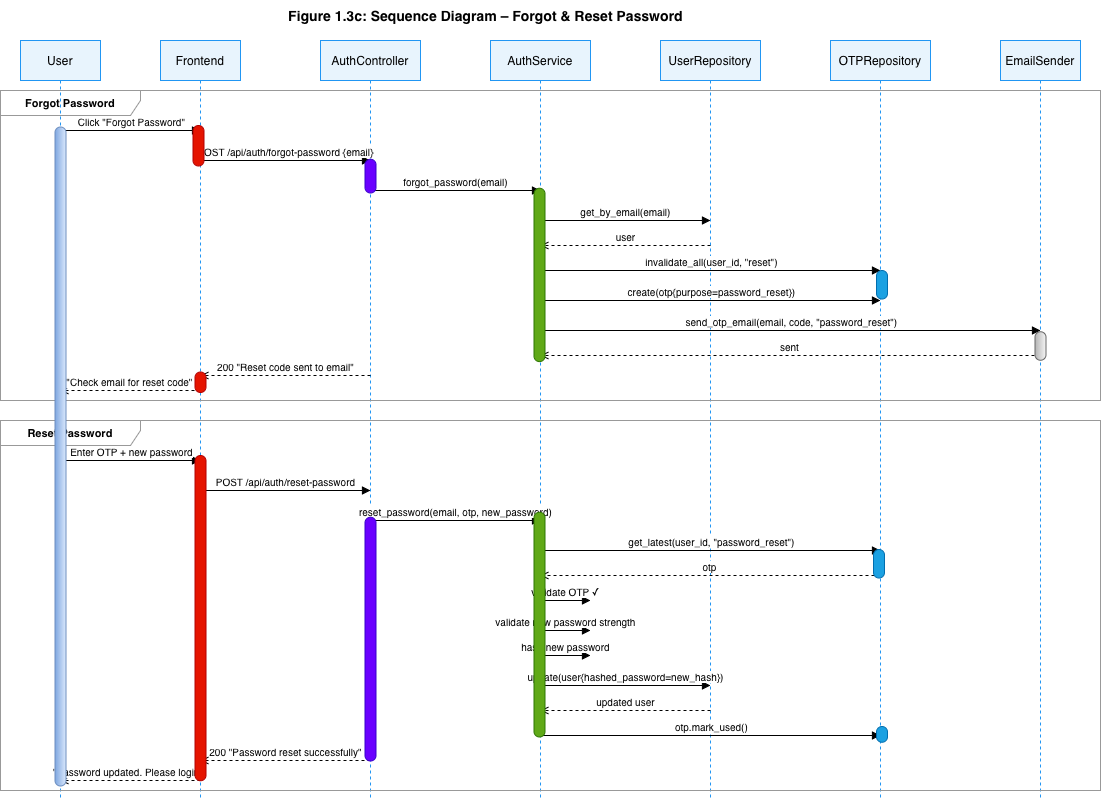
Before: diagram report images/sprint1/auth/ReserPassword.drawio.png, a diagram exported from draw.io (omarsoussi/VigileEyeReport). Source tidied: cells renumbered, new cells last; positions are measured from the earlier drawing's top-left corner, leaving out a move shared by most shapes.
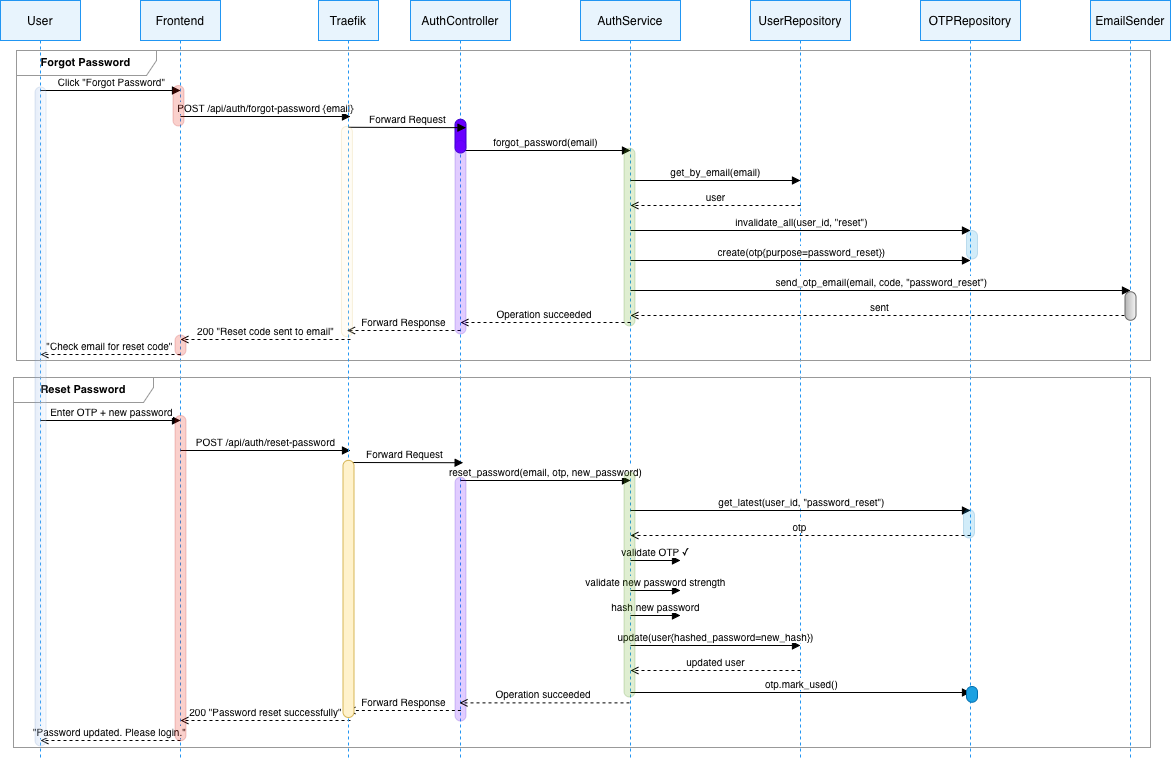
After the change.

What changed in the source:
```diff
@@ -2,14 +2,11 @@
   <root>
     <mxCell id="0" />
     <mxCell id="1" parent="0" />
-    <mxCell id="2" value="Figure 1.3c: Sequence Diagram – Forgot &amp; Reset Password" style="text;html=1;align=center;verticalAlign=middle;strokeColor=none;fillColor=none;fontSize=14;fontStyle=1;" parent="1" vertex="1">
-      <mxGeometry x="530" width="450" height="30" as="geometry" />
-    </mxCell>
     <mxCell id="3" value="User" style="shape=umlLifeline;perimeter=lifelinePerimeter;whiteSpace=wrap;html=1;size=40;fillColor=#E8F4FD;strokeColor=#2196F3;" parent="1" vertex="1">
-      <mxGeometry x="290" y="40" width="80" height="760" as="geometry" />
+      <mxGeometry x="180" y="40" width="80" height="760" as="geometry" />
     </mxCell>
     <mxCell id="4" value="Frontend" style="shape=umlLifeline;perimeter=lifelinePerimeter;whiteSpace=wrap;html=1;size=40;fillColor=#E8F4FD;strokeColor=#2196F3;" parent="1" vertex="1">
-      <mxGeometry x="430" y="40" width="80" height="760" as="geometry" />
+      <mxGeometry x="320" y="40" width="80" height="760" as="geometry" />
     </mxCell>
     <mxCell id="5" value="AuthController" style="shape=umlLifeline;perimeter=lifelinePerimeter;whiteSpace=wrap;html=1;size=40;fillColor=#E8F4FD;strokeColor=#2196F3;" parent="1" vertex="1">
       <mxGeometry x="590" y="40" width="100" height="760" as="geometry" />
@@ -27,18 +24,18 @@
       <mxGeometry x="1270" y="40" width="80" height="760" as="geometry" />
     </mxCell>
     <mxCell id="10" value="Forgot Password" style="shape=umlFrame;whiteSpace=wrap;html=1;width=140;height=25;fillColor=none;strokeColor=#999999;fontSize=11;fontStyle=1;" parent="1" vertex="1">
-      <mxGeometry x="270" y="90" width="1100" height="310" as="geometry" />
+      <mxGeometry x="196" y="90" width="1134" height="310" as="geometry" />
     </mxCell>
     <mxCell id="11" value="Click &quot;Forgot Password&quot;" style="html=1;verticalAlign=bottom;endArrow=block;curved=0;rounded=0;fontSize=10;" parent="1" edge="1">
       <mxGeometry relative="1" as="geometry">
-        <mxPoint x="330" y="130" as="sourcePoint" />
-        <mxPoint x="470" y="130" as="targetPoint" />
+        <mxPoint x="220" y="130" as="sourcePoint" />
+        <mxPoint x="360" y="130" as="targetPoint" />
       </mxGeometry>
     </mxCell>
     <mxCell id="12" value="POST /api/auth/forgot-password {email}" style="html=1;verticalAlign=bottom;endArrow=block;curved=0;rounded=0;fontSize=10;" parent="1" edge="1">
       <mxGeometry relative="1" as="geometry">
-        <mxPoint x="470" y="160" as="sourcePoint" />
-        <mxPoint x="640" y="160" as="targetPoint" />
+        <mxPoint x="360" y="156" as="sourcePoint" />
+        <mxPoint x="530" y="156" as="targetPoint" />
       </mxGeometry>
     </mxCell>
     <mxCell id="13" value="forgot_password(email)" style="html=1;verticalAlign=bottom;endArrow=block;curved=0;rounded=0;fontSize=10;" parent="1" edge="1">
@@ -85,29 +82,29 @@
     </mxCell>
     <mxCell id="20" value="200 &quot;Reset code sent to email&quot;" style="html=1;verticalAlign=bottom;endArrow=open;dashed=1;curved=0;rounded=0;fontSize=10;" parent="1" edge="1">
       <mxGeometry relative="1" as="geometry">
-        <mxPoint x="640" y="375" as="sourcePoint" />
-        <mxPoint x="470" y="375" as="targetPoint" />
+        <mxPoint x="530" y="379" as="sourcePoint" />
+        <mxPoint x="360" y="379" as="targetPoint" />
       </mxGeometry>
     </mxCell>
     <mxCell id="21" value="&quot;Check email for reset code&quot;" style="html=1;verticalAlign=bottom;endArrow=open;dashed=1;curved=0;rounded=0;fontSize=10;" parent="1" edge="1">
       <mxGeometry relative="1" as="geometry">
-        <mxPoint x="470" y="390" as="sourcePoint" />
-        <mxPoint x="330" y="390" as="targetPoint" />
+        <mxPoint x="360" y="394" as="sourcePoint" />
+        <mxPoint x="220" y="394" as="targetPoint" />
       </mxGeometry>
     </mxCell>
     <mxCell id="22" value="Reset Password" style="shape=umlFrame;whiteSpace=wrap;html=1;width=140;height=25;fillColor=none;strokeColor=#999999;fontSize=11;fontStyle=1;" parent="1" vertex="1">
-      <mxGeometry x="270" y="420" width="1100" height="370" as="geometry" />
+      <mxGeometry x="193" y="417" width="1137" height="370" as="geometry" />
     </mxCell>
     <mxCell id="23" value="Enter OTP + new password" style="html=1;verticalAlign=bottom;endArrow=block;curved=0;rounded=0;fontSize=10;" parent="1" edge="1">
       <mxGeometry relative="1" as="geometry">
-        <mxPoint x="330" y="460" as="sourcePoint" />
-        <mxPoint x="470" y="460" as="targetPoint" />
+        <mxPoint x="220" y="460" as="sourcePoint" />
+        <mxPoint x="360" y="460" as="targetPoint" />
       </mxGeometry>
     </mxCell>
     <mxCell id="24" value="POST /api/auth/reset-password" style="html=1;verticalAlign=bottom;endArrow=block;curved=0;rounded=0;fontSize=10;" parent="1" edge="1">
       <mxGeometry relative="1" as="geometry">
-        <mxPoint x="470" y="490" as="sourcePoint" />
-        <mxPoint x="640" y="490" as="targetPoint" />
+        <mxPoint x="360" y="490" as="sourcePoint" />
+        <mxPoint x="530" y="490" as="targetPoint" />
       </mxGeometry>
     </mxCell>
     <mxCell id="25" value="reset_password(email, otp, new_password)" style="html=1;verticalAlign=bottom;endArrow=block;curved=0;rounded=0;fontSize=10;" parent="1" edge="1">
@@ -160,50 +157,50 @@
     </mxCell>
     <mxCell id="33" value="otp.mark_used()" style="html=1;verticalAlign=bottom;endArrow=block;curved=0;rounded=0;fontSize=10;" parent="1" edge="1">
       <mxGeometry relative="1" as="geometry">
-        <mxPoint x="810" y="735" as="sourcePoint" />
-        <mxPoint x="1150" y="735" as="targetPoint" />
+        <mxPoint x="810" y="732" as="sourcePoint" />
+        <mxPoint x="1150" y="732" as="targetPoint" />
       </mxGeometry>
     </mxCell>
     <mxCell id="34" value="200 &quot;Password reset successfully&quot;" style="html=1;verticalAlign=bottom;endArrow=open;dashed=1;curved=0;rounded=0;fontSize=10;" parent="1" edge="1">
       <mxGeometry relative="1" as="geometry">
-        <mxPoint x="640" y="760" as="sourcePoint" />
-        <mxPoint x="470" y="760" as="targetPoint" />
+        <mxPoint x="530" y="760" as="sourcePoint" />
+        <mxPoint x="360" y="760" as="targetPoint" />
       </mxGeometry>
     </mxCell>
     <mxCell id="35" value="&quot;Password updated. Please login.&quot;" style="html=1;verticalAlign=bottom;endArrow=open;dashed=1;curved=0;rounded=0;fontSize=10;" parent="1" edge="1">
       <mxGeometry relative="1" as="geometry">
-        <mxPoint x="470" y="780" as="sourcePoint" />
-        <mxPoint x="330" y="780" as="targetPoint" />
+        <mxPoint x="360" y="780" as="sourcePoint" />
+        <mxPoint x="220" y="780" as="targetPoint" />
       </mxGeometry>
     </mxCell>
-    <mxCell id="36" style="rounded=1;whiteSpace=wrap;html=1;rotation=90;arcSize=50;fillColor=#dae8fc;strokeColor=light-dark(#6C8EBF,#A39B34);gradientColor=light-dark(#7EA6E0,#FFFF66);" parent="1" vertex="1">
-      <mxGeometry x="0.5" y="450.5" width="659" height="11" as="geometry" />
+    <mxCell id="36" style="rounded=1;whiteSpace=wrap;html=1;rotation=90;arcSize=50;fillColor=#dae8fc;strokeColor=light-dark(#6C8EBF,#A39B34);gradientColor=light-dark(#7EA6E0,#FFFF66);opacity=20;" parent="1" vertex="1">
+      <mxGeometry x="-109.5" y="450.5" width="659" height="11" as="geometry" />
     </mxCell>
-    <mxCell id="37" style="rounded=1;whiteSpace=wrap;html=1;rotation=90;arcSize=50;fillColor=#e51400;fontColor=#ffffff;strokeColor=#B20000;" parent="1" vertex="1">
-      <mxGeometry x="447.8" y="139.8" width="40.5" height="11" as="geometry" />
+    <mxCell id="37" style="rounded=1;whiteSpace=wrap;html=1;rotation=90;arcSize=50;fillColor=#e51400;fontColor=#ffffff;strokeColor=#B20000;opacity=20;" parent="1" vertex="1">
+      <mxGeometry x="337.8" y="139.8" width="40.5" height="11" as="geometry" />
     </mxCell>
-    <mxCell id="38" style="rounded=1;whiteSpace=wrap;html=1;rotation=90;arcSize=50;fillColor=#e51400;fontColor=#ffffff;strokeColor=#B20000;" parent="1" vertex="1">
-      <mxGeometry x="459.8" y="376.2" width="20.5" height="11" as="geometry" />
+    <mxCell id="38" style="rounded=1;whiteSpace=wrap;html=1;rotation=90;arcSize=50;fillColor=#e51400;fontColor=#ffffff;strokeColor=#B20000;opacity=20;" parent="1" vertex="1">
+      <mxGeometry x="349.8" y="379.2" width="20.5" height="11" as="geometry" />
     </mxCell>
-    <mxCell id="39" style="rounded=1;whiteSpace=wrap;html=1;rotation=90;arcSize=50;fillColor=#e51400;fontColor=#ffffff;strokeColor=#B20000;" parent="1" vertex="1">
-      <mxGeometry x="307.4" y="612.1" width="325.2" height="11" as="geometry" />
+    <mxCell id="39" style="rounded=1;whiteSpace=wrap;html=1;rotation=90;arcSize=50;fillColor=#e51400;fontColor=#ffffff;strokeColor=#B20000;opacity=20;" parent="1" vertex="1">
+      <mxGeometry x="197.4" y="612.1" width="325.2" height="11" as="geometry" />
     </mxCell>
     <mxCell id="40" style="rounded=1;whiteSpace=wrap;html=1;rotation=90;arcSize=50;fillColor=#6a00ff;fontColor=#ffffff;strokeColor=#3700CC;" parent="1" vertex="1">
       <mxGeometry x="623.1" y="170.1" width="33.8" height="11" as="geometry" />
     </mxCell>
-    <mxCell id="41" style="rounded=1;whiteSpace=wrap;html=1;rotation=90;arcSize=50;fillColor=#6a00ff;fontColor=#ffffff;strokeColor=#3700CC;" parent="1" vertex="1">
+    <mxCell id="41" style="rounded=1;whiteSpace=wrap;html=1;rotation=90;arcSize=50;fillColor=#6a00ff;fontColor=#ffffff;strokeColor=#3700CC;opacity=20;" parent="1" vertex="1">
       <mxGeometry x="518.1" y="633.1" width="243.8" height="11" as="geometry" />
     </mxCell>
-    <mxCell id="42" style="rounded=1;whiteSpace=wrap;html=1;rotation=90;arcSize=50;fillColor=#60a917;fontColor=#ffffff;strokeColor=#2D7600;" parent="1" vertex="1">
-      <mxGeometry x="722.3" y="268.9" width="173.4" height="11" as="geometry" />
+    <mxCell id="42" style="rounded=1;whiteSpace=wrap;html=1;rotation=90;arcSize=50;fillColor=#60a917;fontColor=#ffffff;strokeColor=#2D7600;opacity=20;" parent="1" vertex="1">
+      <mxGeometry x="720.1" y="271.1" width="177.7" height="11" as="geometry" />
     </mxCell>
-    <mxCell id="43" style="rounded=1;whiteSpace=wrap;html=1;rotation=90;arcSize=50;fillColor=#60a917;fontColor=#ffffff;strokeColor=#2D7600;" parent="1" vertex="1">
+    <mxCell id="43" style="rounded=1;whiteSpace=wrap;html=1;rotation=90;arcSize=50;fillColor=#60a917;fontColor=#ffffff;strokeColor=#2D7600;opacity=20;" parent="1" vertex="1">
       <mxGeometry x="696.6" y="618.6" width="224.8" height="11" as="geometry" />
     </mxCell>
-    <mxCell id="44" style="rounded=1;whiteSpace=wrap;html=1;rotation=90;arcSize=50;fillColor=#1ba1e2;fontColor=#ffffff;strokeColor=#006EAF;" parent="1" vertex="1">
+    <mxCell id="44" style="rounded=1;whiteSpace=wrap;html=1;rotation=90;arcSize=50;fillColor=#1ba1e2;fontColor=#ffffff;strokeColor=#006EAF;opacity=20;" parent="1" vertex="1">
       <mxGeometry x="1137.2" y="278.8" width="28.5" height="11" as="geometry" />
     </mxCell>
-    <mxCell id="45" style="rounded=1;whiteSpace=wrap;html=1;rotation=90;arcSize=50;fillColor=#1ba1e2;fontColor=#ffffff;strokeColor=#006EAF;" parent="1" vertex="1">
+    <mxCell id="45" style="rounded=1;whiteSpace=wrap;html=1;rotation=90;arcSize=50;fillColor=#1ba1e2;fontColor=#ffffff;strokeColor=#006EAF;opacity=20;" parent="1" vertex="1">
       <mxGeometry x="1134.2" y="557.8" width="28.5" height="11" as="geometry" />
     </mxCell>
     <mxCell id="46" style="rounded=1;whiteSpace=wrap;html=1;rotation=90;arcSize=50;fillColor=#1ba1e2;fontColor=#ffffff;strokeColor=#006EAF;" parent="1" vertex="1">
@@ -212,5 +209,52 @@
     <mxCell id="47" style="rounded=1;whiteSpace=wrap;html=1;rotation=90;arcSize=50;fillColor=#f5f5f5;strokeColor=#666666;gradientColor=#b3b3b3;" parent="1" vertex="1">
       <mxGeometry x="1295.7" y="340" width="28.5" height="11" as="geometry" />
     </mxCell>
+    <mxCell id="48" value="Traefik" style="shape=umlLifeline;perimeter=lifelinePerimeter;whiteSpace=wrap;html=1;size=40;fillColor=#E8F4FD;strokeColor=#2196F3;" parent="1" vertex="1">
+      <mxGeometry x="498" y="40" width="60" height="760" as="geometry" />
+    </mxCell>
+    <mxCell id="49" value="Forward Request" style="html=1;verticalAlign=bottom;endArrow=block;curved=0;rounded=0;fontSize=10;entryX=0.25;entryY=0;entryDx=0;entryDy=0;" parent="1" edge="1" target="40">
+      <mxGeometry relative="1" as="geometry">
+        <mxPoint x="528" y="166.8" as="sourcePoint" />
+      </mxGeometry>
+    </mxCell>
+    <mxCell id="50" value="Operation succeeded&amp;nbsp;" style="html=1;verticalAlign=bottom;endArrow=open;dashed=1;curved=0;rounded=0;fontSize=10;" parent="1" edge="1">
+      <mxGeometry relative="1" as="geometry">
+        <mxPoint x="810" y="362" as="sourcePoint" />
+        <mxPoint x="640" y="362" as="targetPoint" />
+      </mxGeometry>
+    </mxCell>
+    <mxCell id="51" value="Forward Response" style="html=1;verticalAlign=bottom;endArrow=open;dashed=1;curved=0;rounded=0;fontSize=10;" parent="1" edge="1">
+      <mxGeometry relative="1" as="geometry">
+        <mxPoint x="640" y="370" as="sourcePoint" />
+        <mxPoint x="526.6" y="370" as="targetPoint" />
+      </mxGeometry>
+    </mxCell>
+    <mxCell id="52" value="Forward Request" style="html=1;verticalAlign=bottom;endArrow=block;curved=0;rounded=0;fontSize=10;entryX=0.25;entryY=0;entryDx=0;entryDy=0;" parent="1" edge="1">
+      <mxGeometry relative="1" as="geometry">
+        <mxPoint x="525.6" y="502" as="sourcePoint" />
+        <mxPoint x="642.6" y="502.2" as="targetPoint" />
+      </mxGeometry>
+    </mxCell>
+    <mxCell id="53" value="Forward Response" style="html=1;verticalAlign=bottom;endArrow=open;dashed=1;curved=0;rounded=0;fontSize=10;" parent="1" edge="1">
+      <mxGeometry relative="1" as="geometry">
+        <mxPoint x="640.4" y="750" as="sourcePoint" />
+        <mxPoint x="527" y="750" as="targetPoint" />
+      </mxGeometry>
+    </mxCell>
+    <mxCell id="54" value="Operation succeeded&amp;nbsp;" style="html=1;verticalAlign=bottom;endArrow=open;dashed=1;curved=0;rounded=0;fontSize=10;" parent="1" edge="1">
+      <mxGeometry relative="1" as="geometry">
+        <mxPoint x="809" y="742.4" as="sourcePoint" />
+        <mxPoint x="639" y="742.4" as="targetPoint" />
+      </mxGeometry>
+    </mxCell>
+    <mxCell id="55" style="rounded=1;whiteSpace=wrap;html=1;rotation=90;arcSize=50;fillColor=#6a00ff;fontColor=#ffffff;strokeColor=#3700CC;opacity=20;" parent="1" vertex="1">
+      <mxGeometry x="543.3" y="271.2" width="193.4" height="11" as="geometry" />
+    </mxCell>
+    <mxCell id="56" style="rounded=1;whiteSpace=wrap;html=1;rotation=90;arcSize=50;fillColor=#fff2cc;strokeColor=#d6b656;opacity=20;" parent="1" vertex="1">
+      <mxGeometry x="421.2" y="265.5" width="210.3" height="11" as="geometry" />
+    </mxCell>
+    <mxCell id="57" style="rounded=1;whiteSpace=wrap;html=1;rotation=90;arcSize=50;fillColor=#fff2cc;strokeColor=#d6b656;" parent="1" vertex="1">
+      <mxGeometry x="399.4" y="622.9" width="257.2" height="11" as="geometry" />
+    </mxCell>
   </root>
 </mxGraphModel>
```
